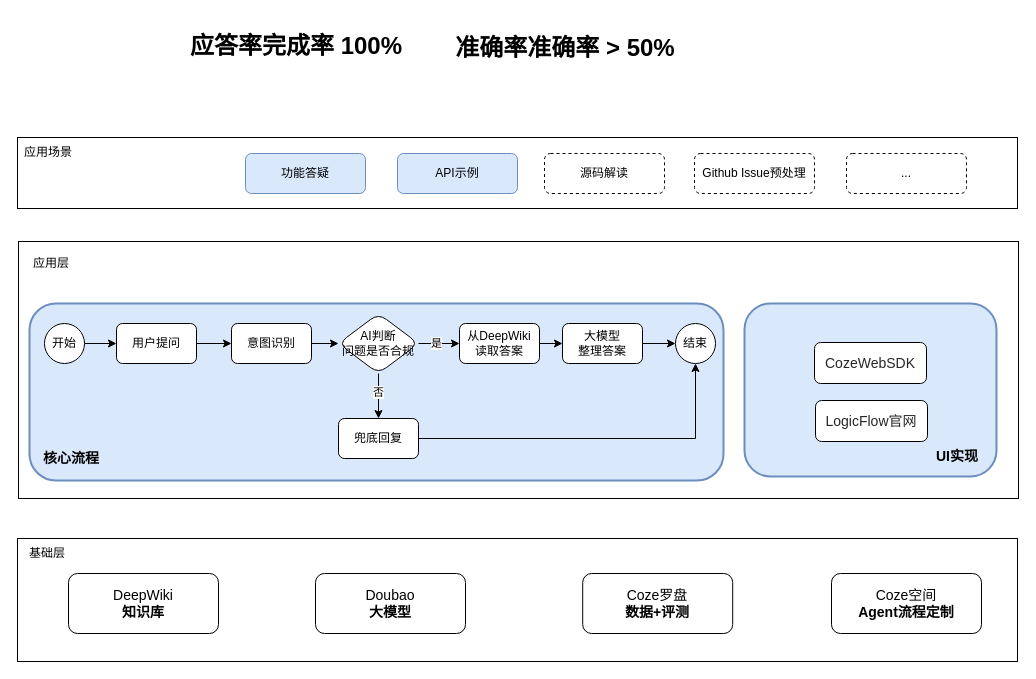
This is LogicFlow-AI流程图.drawio from Zsynuting/diagram, a draw.io file, before an edit. Source tidied: cells renumbered, new cells numbered last; positions are measured from the earlier drawing's top-left corner, leaving out a move shared by most shapes. Both pictures are drawn from the tidied source at 100%, with x=0, y=0 at pixel (17, 17).
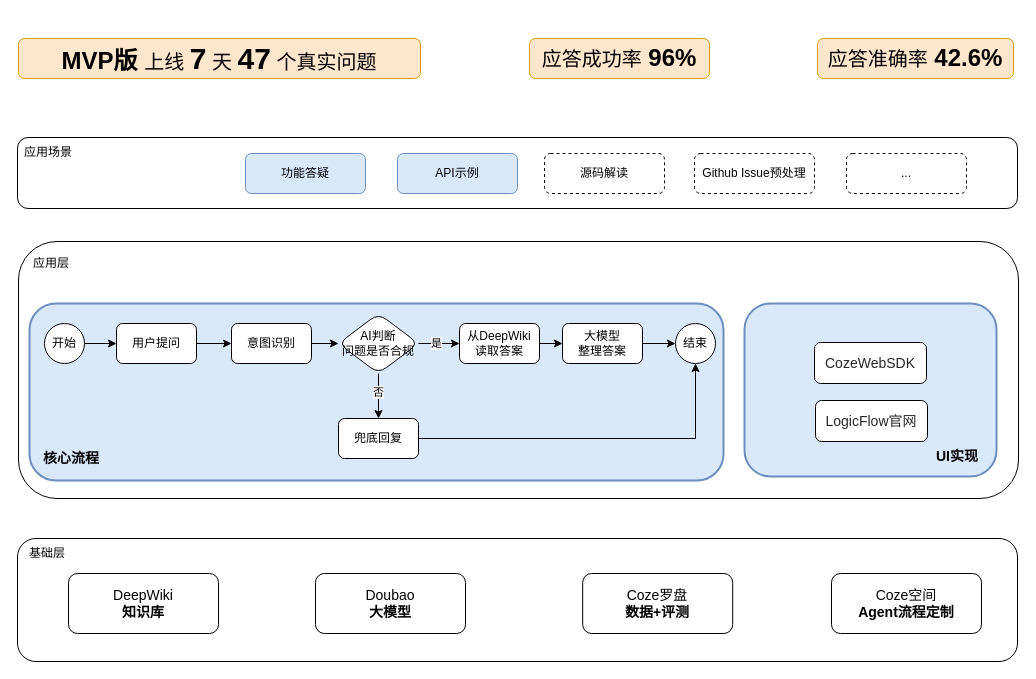
The same diagram, later.

Commit message:
更新LogicFlow-AI流程图.drawio

The edit, as a diff of the source:
```diff
@@
-    <mxCell id="2" style="rounded=0;whiteSpace=wrap;html=1;" parent="1" vertex="1">
+    <mxCell id="2" style="rounded=1;whiteSpace=wrap;html=1;" parent="1" vertex="1">
       <mxGeometry x="1" y="224" width="1000" height="257" as="geometry" />
     </mxCell>
@@
-    <mxCell id="21" style="rounded=0;whiteSpace=wrap;html=1;" parent="1" vertex="1">
+    <mxCell id="21" style="rounded=1;whiteSpace=wrap;html=1;" parent="1" vertex="1">
       <mxGeometry y="521" width="1000" height="123" as="geometry" />
     </mxCell>
@@
-    <mxCell id="34" style="rounded=0;whiteSpace=wrap;html=1;" parent="1" vertex="1">
+    <mxCell id="34" style="rounded=1;whiteSpace=wrap;html=1;" parent="1" vertex="1">
       <mxGeometry y="120" width="1000" height="71" as="geometry" />
     </mxCell>
@@
-    <mxCell id="41" value="&lt;span style=&quot;font-size: 24px;&quot;&gt;&lt;b&gt;应答率完成率 100%&lt;/b&gt;&lt;/span&gt;" style="text;html=1;whiteSpace=wrap;strokeColor=none;fillColor=none;align=center;verticalAlign=middle;rounded=0;" parent="1" vertex="1">
-      <mxGeometry x="160" width="238" height="58" as="geometry" />
+    <mxCell id="41" value="&lt;font style=&quot;font-size: 20px;&quot;&gt;应答成功率&lt;/font&gt;&lt;b style=&quot;font-size: 24px;&quot;&gt; 96%&lt;/b&gt;" style="text;html=1;whiteSpace=wrap;strokeColor=#d79b00;fillColor=#ffe6cc;align=center;verticalAlign=middle;rounded=1;" parent="1" vertex="1">
+      <mxGeometry x="512" y="21" width="180" height="40" as="geometry" />
     </mxCell>
-    <mxCell id="42" value="&lt;b&gt;&lt;font style=&quot;font-size: 24px;&quot;&gt;准确率准确率 &amp;gt; 50%&lt;/font&gt;&lt;/b&gt;" style="text;html=1;whiteSpace=wrap;strokeColor=none;fillColor=none;align=center;verticalAlign=middle;rounded=0;" parent="1" vertex="1">
-      <mxGeometry x="429" y="2" width="238" height="58" as="geometry" />
-    </mxCell>
+    <mxCell id="43" value="&lt;font style=&quot;&quot;&gt;&lt;b style=&quot;&quot;&gt;&lt;font style=&quot;font-size: 24px;&quot;&gt;MVP版&amp;nbsp;&lt;/font&gt;&lt;/b&gt;&lt;span style=&quot;font-size: 20px;&quot;&gt;上线 &lt;/span&gt;&lt;/font&gt;&lt;font style=&quot;font-weight: bold; font-size: 30px;&quot;&gt;7&lt;/font&gt;&lt;font style=&quot;font-weight: bold; font-size: 20px;&quot;&gt; &lt;/font&gt;&lt;font style=&quot;font-size: 20px;&quot;&gt;天&lt;/font&gt;&lt;span style=&quot;font-size: 20px;&quot;&gt;&amp;nbsp;&lt;/span&gt;&lt;font style=&quot;font-weight: bold; font-size: 30px;&quot;&gt;47&lt;/font&gt;&lt;font style=&quot;font-weight: bold; font-size: 20px;&quot;&gt;&amp;nbsp;&lt;/font&gt;&lt;font style=&quot;font-size: 20px;&quot;&gt;个真实问题&lt;/font&gt;" style="text;html=1;whiteSpace=wrap;strokeColor=#d79b00;fillColor=#ffe6cc;align=center;verticalAlign=middle;rounded=1;" parent="1" vertex="1">
+      <mxGeometry x="1" y="21" width="402" height="40" as="geometry" />
+    </mxCell>
+    <mxCell id="44" value="&lt;font style=&quot;font-size: 20px;&quot;&gt;应答准确率&lt;/font&gt;&lt;b style=&quot;font-size: 24px;&quot;&gt; 42.6%&lt;/b&gt;" style="text;html=1;whiteSpace=wrap;strokeColor=#d79b00;fillColor=#ffe6cc;align=center;verticalAlign=middle;rounded=1;" parent="1" vertex="1">
+      <mxGeometry x="800" y="21" width="196" height="40" as="geometry" />
+    </mxCell>
```
